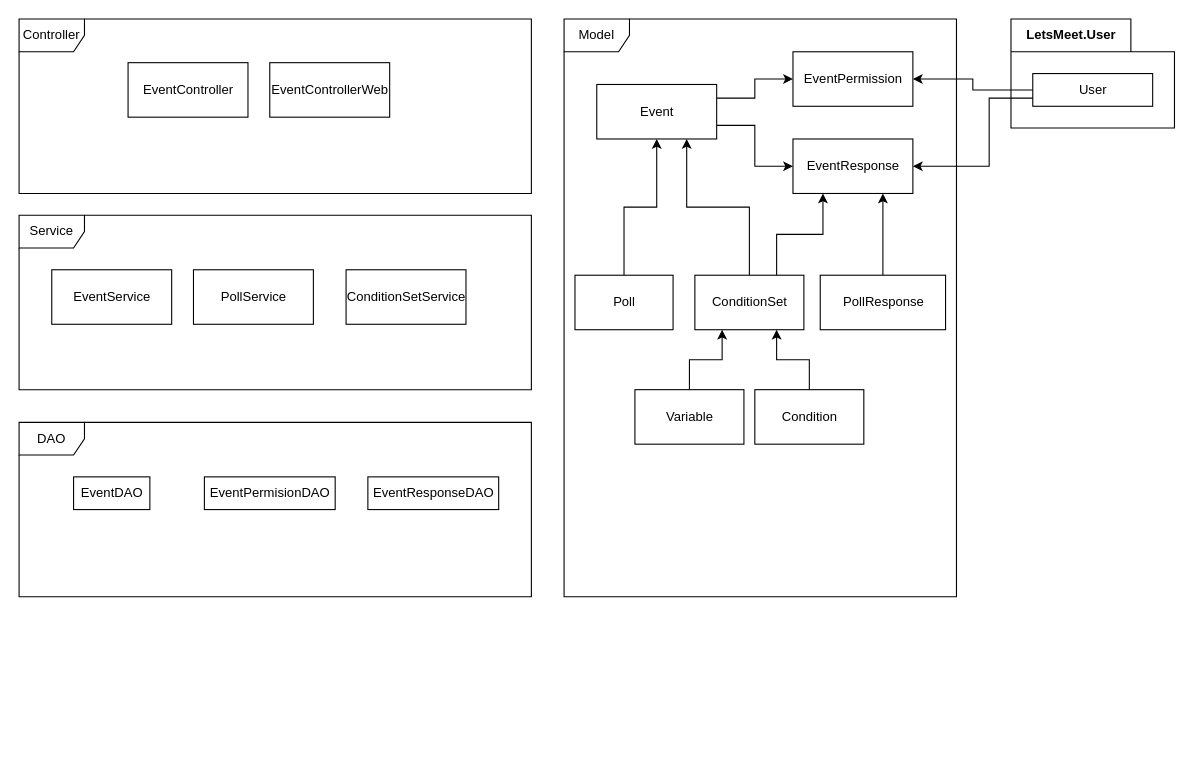
Above: docs/Event/Architecture_Diagram.drawio in faizan-mohiuddin/LetsMeet (draw.io), before the change. Source tidied: cells renumbered, new cells numbered last; positions are measured from the earlier drawing's top-left corner, leaving out a move shared by most shapes. Both pictures are drawn from the tidied source at 109%, with x=0, y=0 at pixel (19, 19).
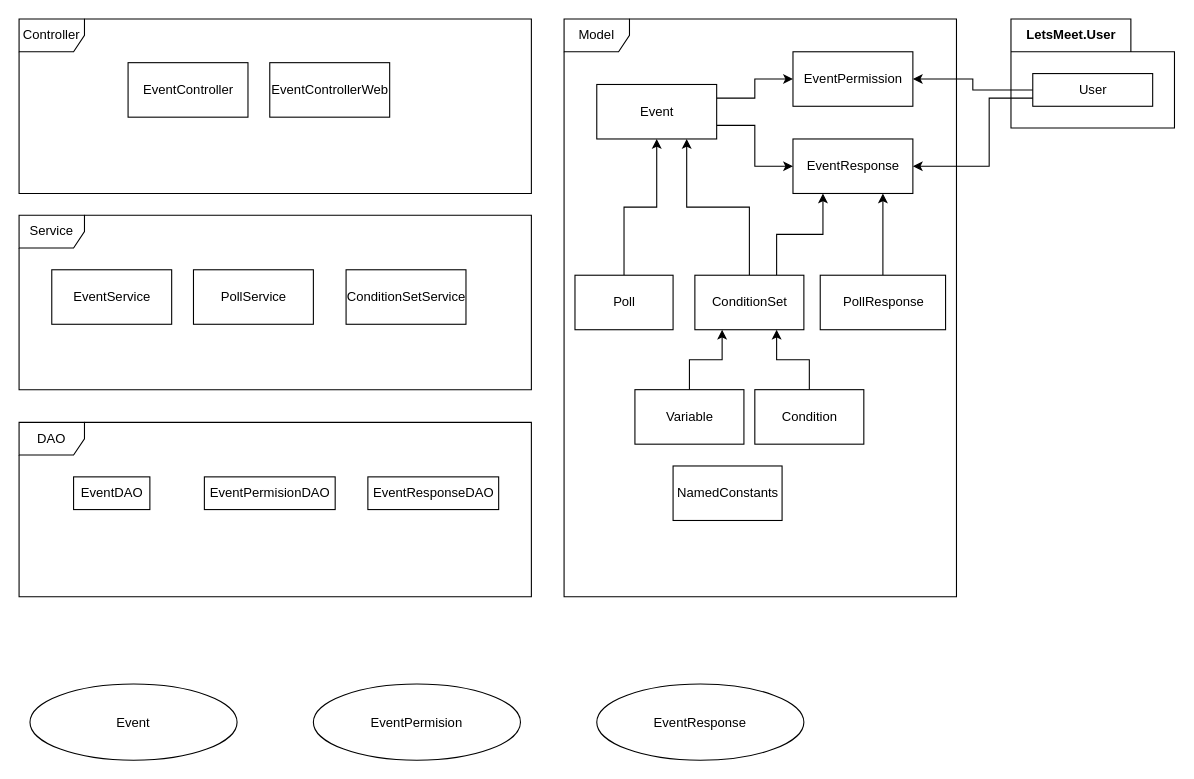
Above is the later version.

The edit, as a diff of the source:
```diff
@@
+    <mxCell id="34" value="Event" style="ellipse;" parent="1" vertex="1">
+      <mxGeometry x="10" y="610" width="190" height="70" as="geometry" />
+    </mxCell>
+    <mxCell id="35" value="EventPermision" style="ellipse;" parent="1" vertex="1">
+      <mxGeometry x="270" y="610" width="190" height="70" as="geometry" />
+    </mxCell>
+    <mxCell id="36" value="EventResponse" style="ellipse;" parent="1" vertex="1">
+      <mxGeometry x="530" y="610" width="190" height="70" as="geometry" />
+    </mxCell>
+    <mxCell id="37" value="NamedConstants" style="html=1;" parent="1" vertex="1">
+      <mxGeometry x="600" y="410" width="100" height="50" as="geometry" />
+    </mxCell>
```
